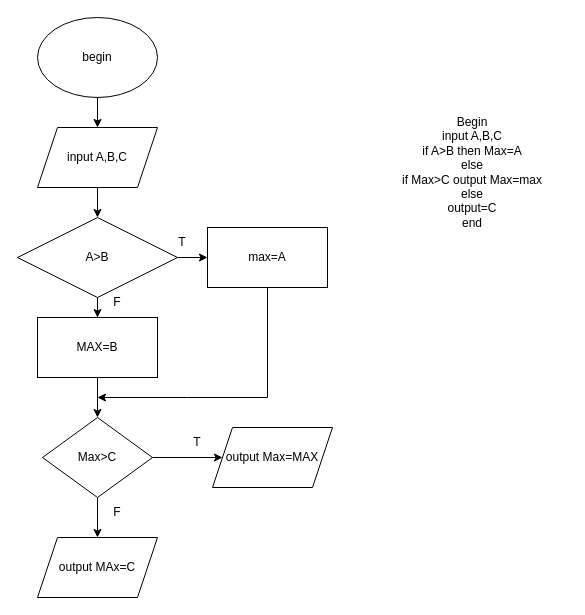
Above: b3.Mô tả thuật toán bằng Pseudo code & Flowchart/Programming Foundations with JavaScript/tim so lon nhat 3 so/tim so lon nhat.drawio in thanhnhaduong/A1121i1--D-ng-Thanh-Nh- (draw.io), before the change. Source tidied: cells renumbered, new cells numbered last; positions are measured from the earlier drawing's top-left corner, leaving out a move shared by most shapes. Both pictures are drawn from the tidied source at 100%, with x=0, y=0 at pixel (17, 17).
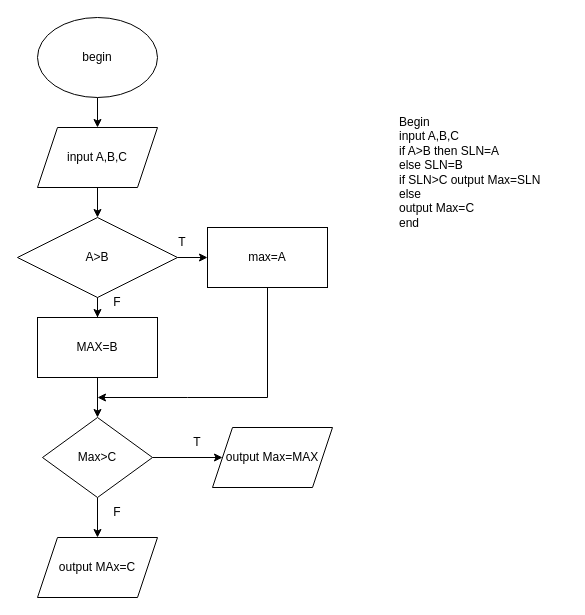
Above is the later version.

What changed in the source:
```diff
@@
-    <mxCell id="22" value="Begin&lt;br&gt;input A,B,C&lt;br&gt;if A&amp;gt;B then Max=A&lt;br&gt;else&lt;br&gt;if Max&amp;gt;C output Max=max&lt;br&gt;else&lt;br&gt;output=C&lt;br&gt;end" style="text;html=1;strokeColor=none;fillColor=none;align=center;verticalAlign=middle;whiteSpace=wrap;rounded=0;" parent="1" vertex="1">
-      <mxGeometry x="380" y="80" width="150" height="150" as="geometry" />
+    <mxCell id="22" value="Begin&lt;br&gt;input A,B,C&lt;br&gt;if A&amp;gt;B then SLN=A&lt;br&gt;else SLN=B&lt;br&gt;if SLN&amp;gt;C output Max=SLN&lt;br&gt;else&lt;br&gt;output Max=C&lt;br&gt;end" style="text;html=1;strokeColor=none;fillColor=none;align=left;verticalAlign=middle;whiteSpace=wrap;rounded=0;" parent="1" vertex="1">
+      <mxGeometry x="380" y="80" width="170" height="150" as="geometry" />
     </mxCell>
```
